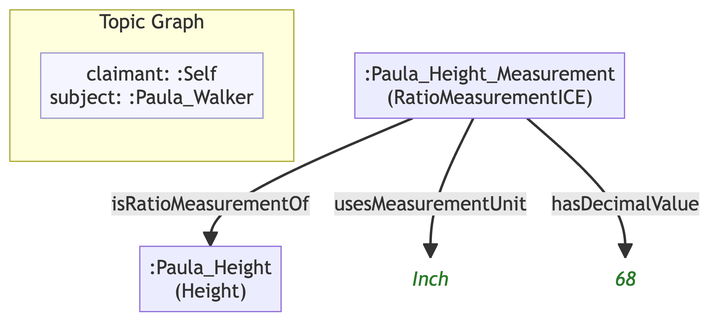
MeeFoundation/mia-ontologies keeps this Mermaid diagram as example/graphs/images/graph-17.png. Above is the earlier version. Its source is kept beside it as example/graphs/images/graph-17.mmd. Source of this version:
```mermaid
flowchart TD
    classDef person fill:#fffacd,stroke:#aaa,color:#333
    classDef grp    fill:#d4edda,stroke:#aaa,color:#333
    classDef org    fill:#cce5ff,stroke:#aaa,color:#333
    classDef lit    fill:none,stroke:none,font-style:italic,color:#2a7a2a
    classDef meta   fill:#f5f5ff,stroke:#9999cc,color:#333

    subgraph ctx["Topic Graph"]
        direction LR
        ctx_meta["claimant: :Self\nsubject: :Paula_Walker"]:::meta
    end

    nc36fed847485[":Paula_Height\n(Height)"]
    n1f7e6a8b4a05[":Paula_Height_Measurement\n(RatioMeasurementICE)"]
    n2e775ee70f4a("Inch"):::lit
    n5e7c1b310699("68"):::lit

    n1f7e6a8b4a05 -->|"isRatioMeasurementOf"| nc36fed847485
    n1f7e6a8b4a05 -->|"usesMeasurementUnit"| n2e775ee70f4a
    n1f7e6a8b4a05 -->|"hasDecimalValue"| n5e7c1b310699
```
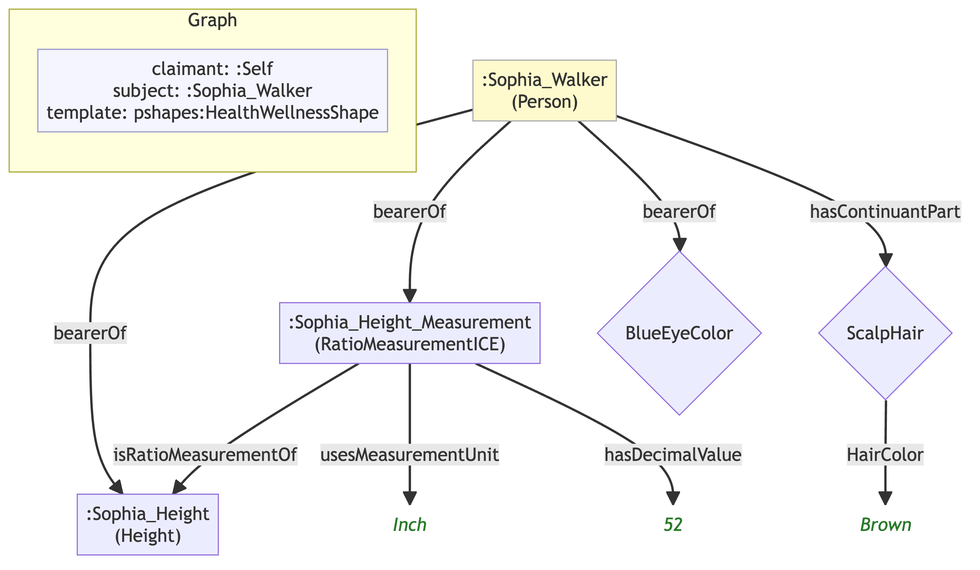
Later version of the same file.

Diff of the diagram source:
```diff
@@ -1,20 +1,28 @@
 flowchart TD
     classDef person fill:#fffacd,stroke:#aaa,color:#333
-    classDef grp    fill:#d4edda,stroke:#aaa,color:#333
     classDef org    fill:#cce5ff,stroke:#aaa,color:#333
     classDef lit    fill:none,stroke:none,font-style:italic,color:#2a7a2a
     classDef meta   fill:#f5f5ff,stroke:#9999cc,color:#333
 
-    subgraph ctx["Topic Graph"]
+    subgraph ctx["Graph"]
         direction LR
-        ctx_meta["claimant: :Self\nsubject: :Paula_Walker"]:::meta
+        ctx_meta["claimant: :Self\nsubject: :Sophia_Walker\ntemplate: pshapes:HealthWellnessShape"]:::meta
     end
 
-    nc36fed847485[":Paula_Height\n(Height)"]
-    n1f7e6a8b4a05[":Paula_Height_Measurement\n(RatioMeasurementICE)"]
-    n2e775ee70f4a("Inch"):::lit
-    n5e7c1b310699("68"):::lit
+    nc2b33ffe0c84[":Sophia_Height\n(Height)"]
+    n82d3b4cd3934[":Sophia_Height_Measurement\n(RatioMeasurementICE)"]
+    n92798e8f15b9("Inch"):::lit
+    nfda21726ea9a("52"):::lit
+    n2862909bb09a[":Sophia_Walker\n(Person)"]:::person
+    n5f39c384e95e{"BlueEyeColor"}
+    n832ef9734204{"ScalpHair"}
+    na8a423e9923a("Brown"):::lit
 
-    n1f7e6a8b4a05 -->|"isRatioMeasurementOf"| nc36fed847485
-    n1f7e6a8b4a05 -->|"usesMeasurementUnit"| n2e775ee70f4a
-    n1f7e6a8b4a05 -->|"hasDecimalValue"| n5e7c1b310699
+    n82d3b4cd3934 -->|"isRatioMeasurementOf"| nc2b33ffe0c84
+    n82d3b4cd3934 -->|"usesMeasurementUnit"| n92798e8f15b9
+    n82d3b4cd3934 -->|"hasDecimalValue"| nfda21726ea9a
+    n2862909bb09a -->|"bearerOf"| nc2b33ffe0c84
+    n2862909bb09a -->|"bearerOf"| n82d3b4cd3934
+    n2862909bb09a -->|"bearerOf"| n5f39c384e95e
+    n2862909bb09a -->|"hasContinuantPart"| n832ef9734204
+    n832ef9734204 -->|"HairColor"| na8a423e9923a
```
